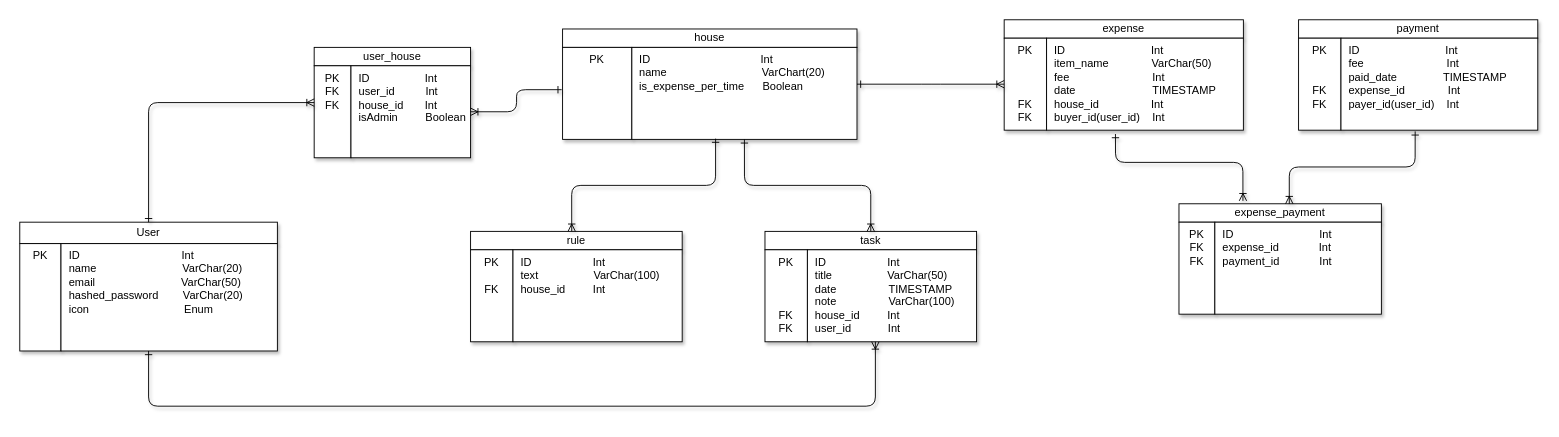
Before: server/erd.drawio in HAK2024/fairy-share, a draw.io diagram. Source tidied: cells renumbered, new cells numbered last; positions are measured from the earlier drawing's top-left corner, leaving out a move shared by most shapes. Both pictures are drawn from the tidied source at 92%, with x=0, y=0 at pixel (19, 19).
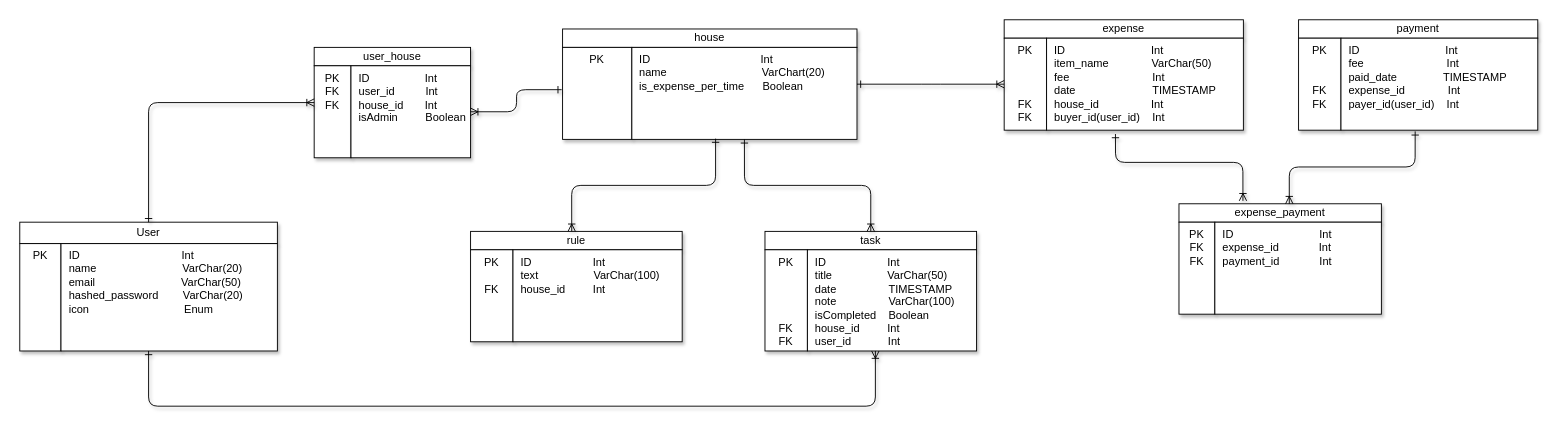
After the change.

Commit message (it also covers changes not shown here):
add isCompleted column to task model

What changed in the source:
```diff
@@
     <mxCell id="18" style="group;" parent="1" vertex="1">
-      <mxGeometry x="810" y="230" width="230" height="120" as="geometry" />
+      <mxGeometry x="810" y="230" width="230" height="130" as="geometry" />
     </mxCell>
@@
-    <mxCell id="20" value="PK&lt;br&gt;&lt;br&gt;&lt;br&gt;&lt;br&gt;FK&lt;br&gt;FK" style="whiteSpace=wrap;html=1;shadow=1;fontSize=12;align=center;verticalAlign=top;" parent="18" vertex="1">
-      <mxGeometry y="20" width="46.1" height="100" as="geometry" />
+    <mxCell id="20" value="PK&lt;br&gt;&lt;br&gt;&lt;br&gt;&lt;br&gt;&lt;br&gt;FK&lt;br&gt;FK" style="whiteSpace=wrap;html=1;shadow=1;fontSize=12;align=center;verticalAlign=top;" parent="18" vertex="1">
+      <mxGeometry y="20" width="46.1" height="110" as="geometry" />
     </mxCell>
-    <mxCell id="21" value="&amp;nbsp; ID&amp;nbsp; &amp;nbsp; &amp;nbsp; &amp;nbsp; &amp;nbsp; &amp;nbsp; &amp;nbsp; &amp;nbsp; &amp;nbsp; &amp;nbsp; Int&lt;br&gt;&amp;nbsp; title&amp;nbsp; &amp;nbsp; &amp;nbsp; &amp;nbsp; &amp;nbsp; &amp;nbsp; &amp;nbsp; &amp;nbsp; &amp;nbsp; VarChar(50)&lt;br&gt;&amp;nbsp; date&amp;nbsp; &amp;nbsp; &amp;nbsp; &amp;nbsp; &amp;nbsp; &amp;nbsp; &amp;nbsp; &amp;nbsp; &amp;nbsp;TIMESTAMP&lt;br&gt;&amp;nbsp; note&amp;nbsp; &amp;nbsp; &amp;nbsp; &amp;nbsp; &amp;nbsp; &amp;nbsp; &amp;nbsp; &amp;nbsp; &amp;nbsp;VarChar(100)&lt;br&gt;&amp;nbsp; house_id&amp;nbsp; &amp;nbsp; &amp;nbsp; &amp;nbsp; &amp;nbsp;Int&lt;br&gt;&amp;nbsp; user_id&amp;nbsp; &amp;nbsp; &amp;nbsp; &amp;nbsp; &amp;nbsp; &amp;nbsp; Int" style="whiteSpace=wrap;html=1;shadow=1;fontSize=12;verticalAlign=top;align=left;labelBorderColor=none;strokeColor=default;" parent="18" vertex="1">
-      <mxGeometry x="46.1" y="20" width="183.9" height="100" as="geometry" />
+    <mxCell id="21" value="&amp;nbsp; ID&amp;nbsp; &amp;nbsp; &amp;nbsp; &amp;nbsp; &amp;nbsp; &amp;nbsp; &amp;nbsp; &amp;nbsp; &amp;nbsp; &amp;nbsp; Int&lt;br&gt;&amp;nbsp; title&amp;nbsp; &amp;nbsp; &amp;nbsp; &amp;nbsp; &amp;nbsp; &amp;nbsp; &amp;nbsp; &amp;nbsp; &amp;nbsp; VarChar(50)&lt;br&gt;&amp;nbsp; date&amp;nbsp; &amp;nbsp; &amp;nbsp; &amp;nbsp; &amp;nbsp; &amp;nbsp; &amp;nbsp; &amp;nbsp; &amp;nbsp;TIMESTAMP&lt;br&gt;&amp;nbsp; note&amp;nbsp; &amp;nbsp; &amp;nbsp; &amp;nbsp; &amp;nbsp; &amp;nbsp; &amp;nbsp; &amp;nbsp; &amp;nbsp;VarChar(100)&lt;br&gt;&amp;nbsp; isCompleted&amp;nbsp; &amp;nbsp; Boolean&lt;br&gt;&amp;nbsp; house_id&amp;nbsp; &amp;nbsp; &amp;nbsp; &amp;nbsp; &amp;nbsp;Int&lt;br&gt;&amp;nbsp; user_id&amp;nbsp; &amp;nbsp; &amp;nbsp; &amp;nbsp; &amp;nbsp; &amp;nbsp; Int" style="whiteSpace=wrap;html=1;shadow=1;fontSize=12;verticalAlign=top;align=left;labelBorderColor=none;strokeColor=default;" parent="18" vertex="1">
+      <mxGeometry x="46.1" y="20" width="183.9" height="110" as="geometry" />
     </mxCell>
```
